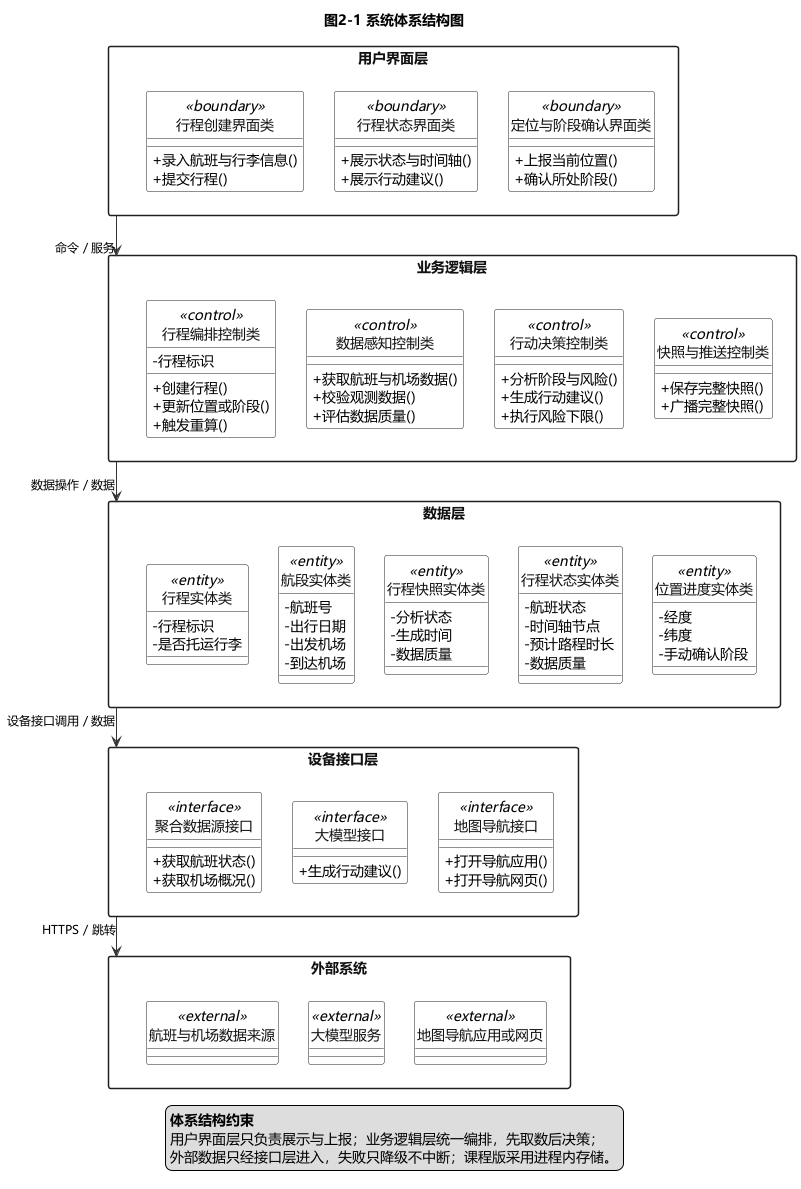
Earlier version of the PlantUML export .docxwork/2-1_system_architecture.png (CHYUQI/aviation-journey-agent).
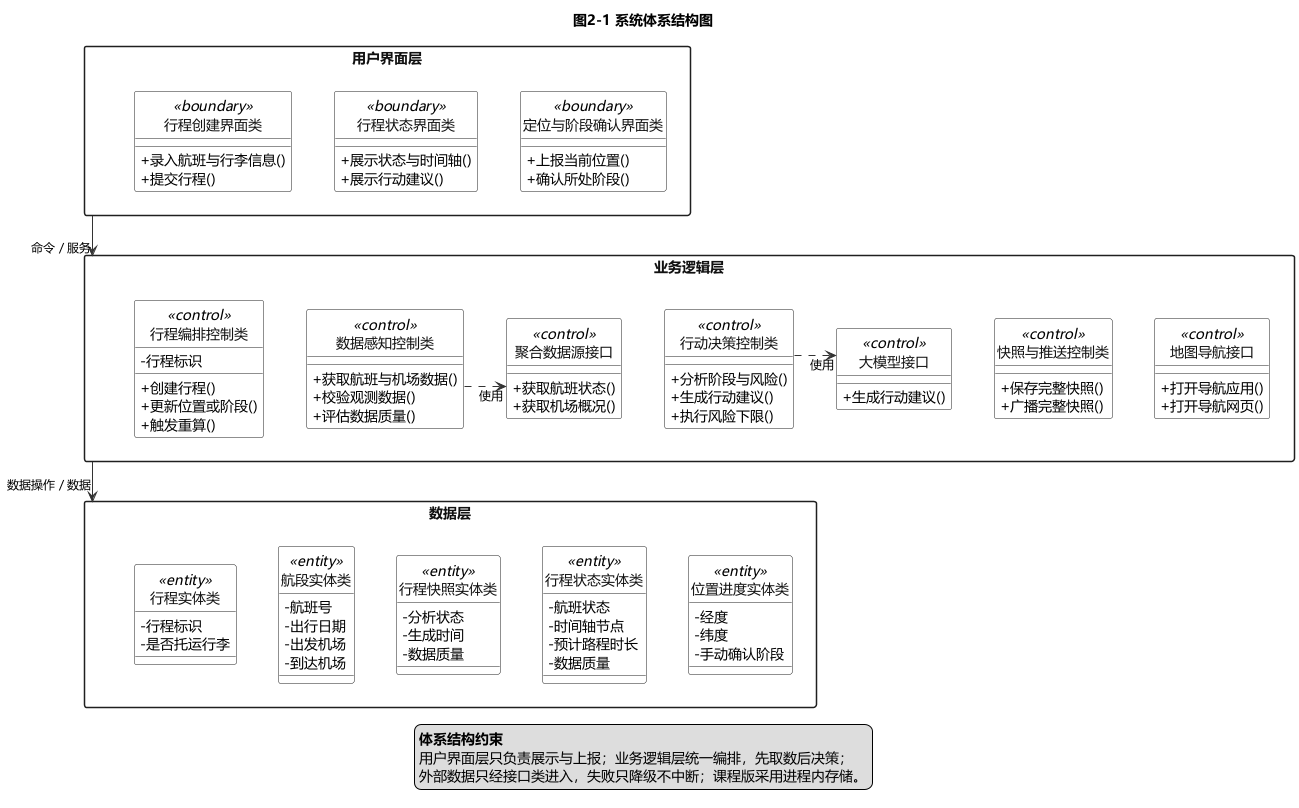
After the commit.

Change to the diagram source:
```diff
@@ -7,8 +7,8 @@
 skinparam classAttributeIconSize 0
 skinparam packageStyle rectangle
 skinparam packageTitleAlignment left
-skinparam nodesep 30
-skinparam ranksep 48
+skinparam nodesep 42
+skinparam ranksep 70
 skinparam ArrowColor #333333
 skinparam ArrowFontSize 12
 skinparam classBackgroundColor #FFFFFF
@@ -36,8 +36,6 @@
     +上报当前位置()
     +确认所处阶段()
   }
-  UI1 -[hidden]right- UI2
-  UI2 -[hidden]right- UI3
 }
 
 package "业务逻辑层" as L2 {
@@ -52,18 +50,26 @@
     +校验观测数据()
     +评估数据质量()
   }
+  class "聚合数据源接口" as I1 <<control>> {
+    +获取航班状态()
+    +获取机场概况()
+  }
   class "行动决策控制类" as B3 <<control>> {
     +分析阶段与风险()
     +生成行动建议()
     +执行风险下限()
   }
+  class "大模型接口" as I2 <<control>> {
+    +生成行动建议()
+  }
   class "快照与推送控制类" as B4 <<control>> {
     +保存完整快照()
     +广播完整快照()
   }
-  B1 -[hidden]right- B2
-  B2 -[hidden]right- B3
-  B3 -[hidden]right- B4
+  class "地图导航接口" as I3 <<control>> {
+    +打开导航应用()
+    +打开导航网页()
+  }
 }
 
 package "数据层" as L3 {
@@ -93,45 +99,33 @@
     -纬度
     -手动确认阶段
   }
-  E1 -[hidden]right- E2
-  E2 -[hidden]right- E5
-  E5 -[hidden]right- E3
-  E3 -[hidden]right- E4
-}
-
-package "设备接口层" as L4 {
-  class "聚合数据源接口" as I1 <<interface>> {
-    +获取航班状态()
-    +获取机场概况()
-  }
-  class "大模型接口" as I2 <<interface>> {
-    +生成行动建议()
-  }
-  class "地图导航接口" as I3 <<interface>> {
-    +打开导航应用()
-    +打开导航网页()
-  }
-  I1 -[hidden]right- I2
-  I2 -[hidden]right- I3
-}
-
-package "外部系统" as L5 {
-  class "航班与机场数据来源" as X1 <<external>>
-  class "大模型服务" as X2 <<external>>
-  class "地图导航应用或网页" as X3 <<external>>
-  X1 -[hidden]right- X2
-  X2 -[hidden]right- X3
 }
 
 L1 --> L2 : 命令 / 服务
 L2 --> L3 : 数据操作 / 数据
-L3 --> L4 : 设备接口调用 / 数据
-L4 --> L5 : HTTPS / 跳转
+
+B2 ..> I1 : 使用
+B3 ..> I2 : 使用
+
+UI1 -[hidden]right- UI2
+UI2 -[hidden]right- UI3
+
+B1 -[hidden]right- B2
+B2 -[hidden]right- I1
+I1 -[hidden]right- B3
+B3 -[hidden]right- I2
+I2 -[hidden]right- B4
+B4 -[hidden]right- I3
+
+E1 -[hidden]right- E2
+E2 -[hidden]right- E5
+E5 -[hidden]right- E3
+E3 -[hidden]right- E4
 
 legend bottom
   <b>体系结构约束</b>
   用户界面层只负责展示与上报；业务逻辑层统一编排，先取数后决策；
-  外部数据只经接口层进入，失败只降级不中断；课程版采用进程内存储。
+  外部数据只经接口类进入，失败只降级不中断；课程版采用进程内存储。
 endlegend
 
 @enduml
```
